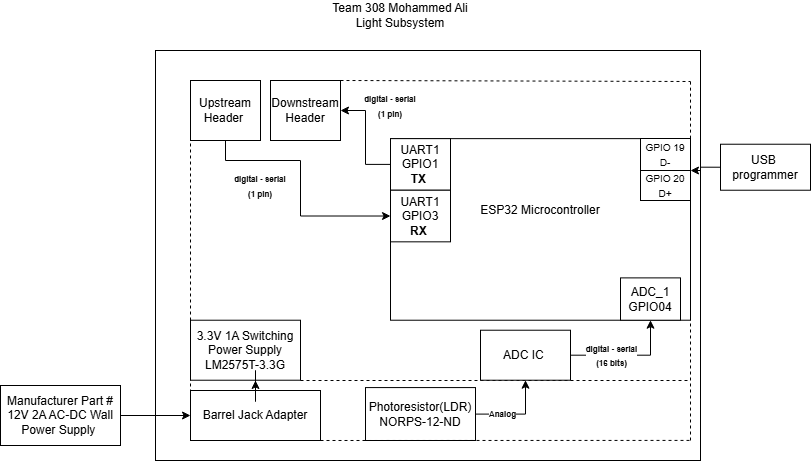
This is 02-Block-Diagram/Mo314 Block diagram1.drawio.png from malqarn2/EGR314DataSheetTemplate, a draw.io export, as it was before one commit. Source tidied: cells renumbered, new cells last; positions are measured from the earlier drawing's top-left corner, leaving out a move shared by most shapes.
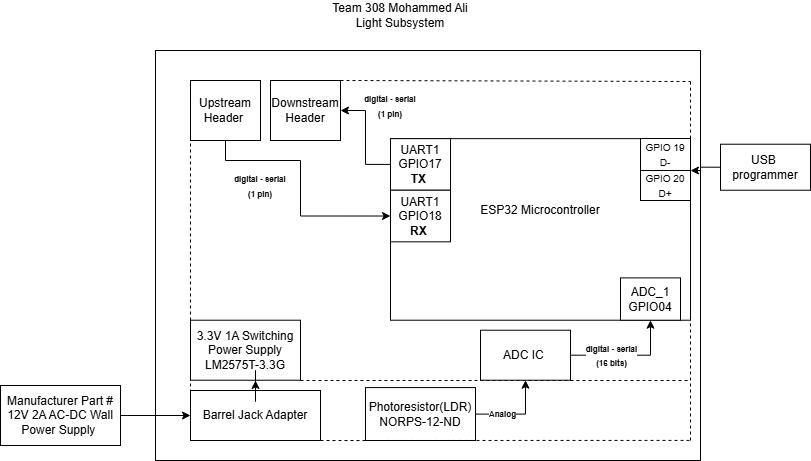
The same diagram one commit later.

Commit message:
deploy: d2c509cfd842515794ad827d90ca0a690c6db769

What changed in the source:
```diff
@@ -17,10 +17,10 @@
     <mxCell id="6" style="edgeStyle=orthogonalEdgeStyle;rounded=0;jettySize=auto;html=1;entryX=1;entryY=0.5;entryDx=0;entryDy=0;" parent="1" edge="1" source="7" target="15">
       <mxGeometry relative="1" as="geometry" />
     </mxCell>
-    <mxCell id="7" value="UART1&lt;br&gt;GPIO1&lt;br&gt;&lt;b&gt;TX&amp;nbsp;&lt;/b&gt;" style="rounded=0;whiteSpace=wrap;html=1;" parent="1" vertex="1">
+    <mxCell id="7" value="UART1&lt;br&gt;GPIO17&lt;br&gt;&lt;b&gt;TX&amp;nbsp;&lt;/b&gt;" style="rounded=0;whiteSpace=wrap;html=1;" parent="1" vertex="1">
       <mxGeometry x="390" y="138.1" width="60" height="51.6" as="geometry" />
     </mxCell>
-    <mxCell id="8" value="UART1&lt;br&gt;GPIO3&lt;br&gt;&lt;b&gt;RX&amp;nbsp;&lt;/b&gt;" style="rounded=0;whiteSpace=wrap;html=1;" parent="1" vertex="1">
+    <mxCell id="8" value="UART1&lt;br&gt;GPIO18&lt;br&gt;&lt;b&gt;RX&amp;nbsp;&lt;/b&gt;" style="rounded=0;whiteSpace=wrap;html=1;" parent="1" vertex="1">
       <mxGeometry x="390" y="189.7" width="60" height="51.6" as="geometry" />
     </mxCell>
     <mxCell id="9" style="edgeStyle=orthogonalEdgeStyle;rounded=0;jettySize=auto;html=1;entryX=0;entryY=0.5;entryDx=0;entryDy=0;" parent="1" edge="1" source="10" target="11">
```
